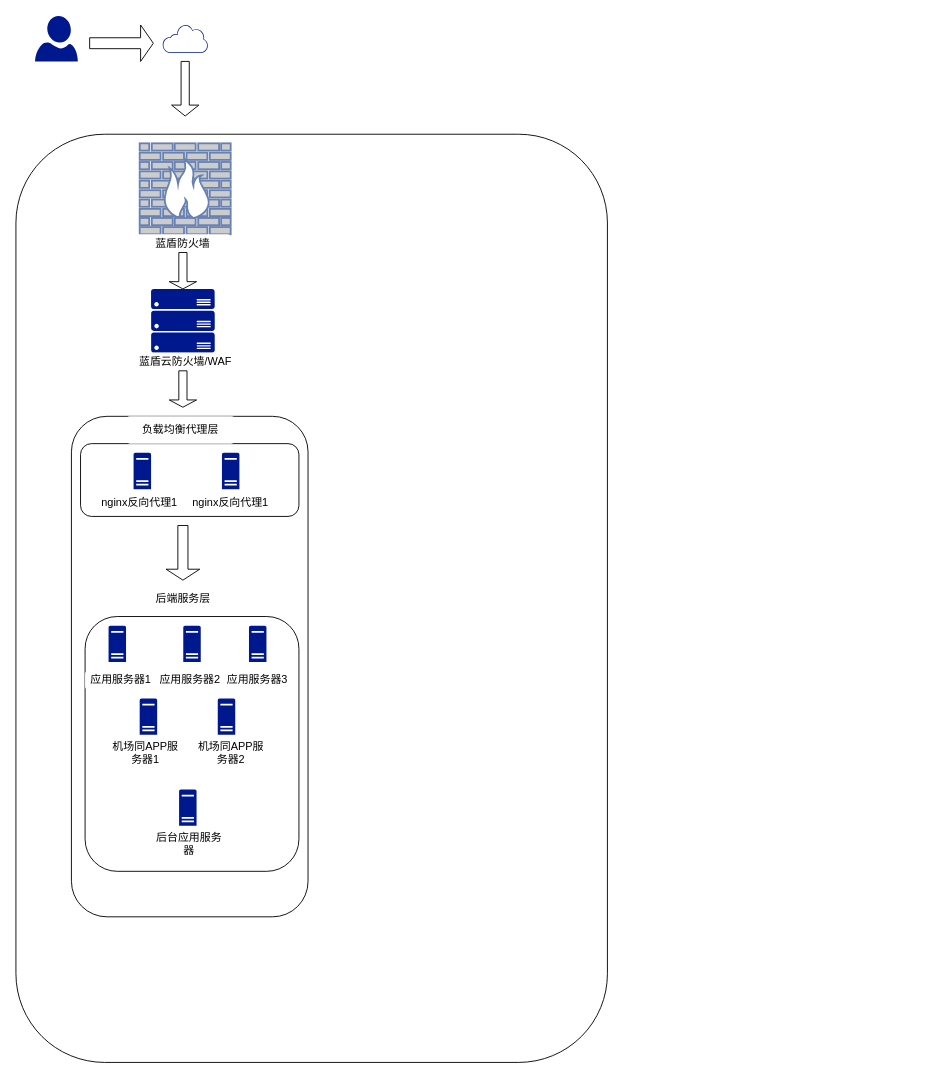
Before: page "Page-3" (3 of 3) of Untitled Diagram.drawio in lizhenjun0418/docker-file, a draw.io diagram. Source tidied: cells renumbered, new cells numbered last; positions are measured from the earlier drawing's top-left corner, leaving out a move shared by most shapes. Both pictures are drawn from the tidied source at 91%, with x=0, y=0 at pixel (15, 15).
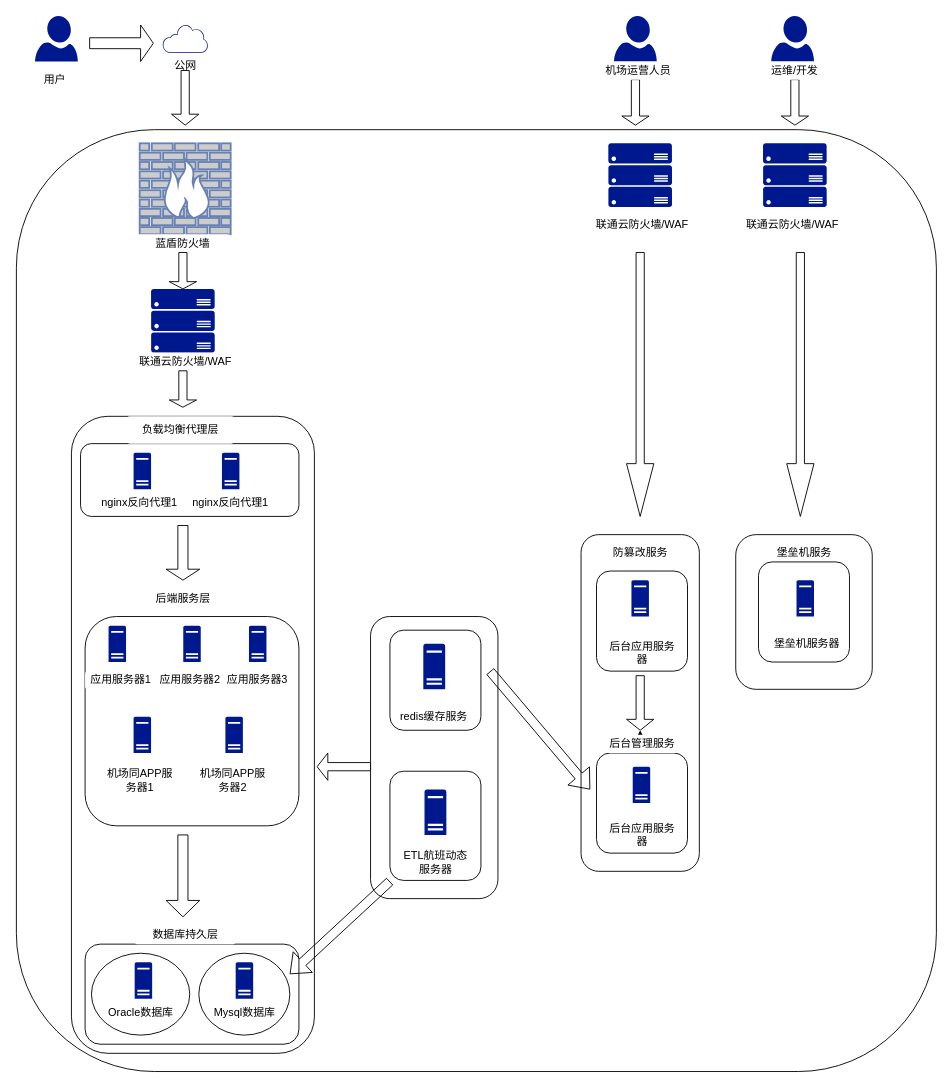
The same diagram, later.

What changed in the source:
```diff
@@
     <mxCell id="2" style="rounded=1;whiteSpace=wrap;html=1;strokeColor=default;" parent="1" vertex="1">
-      <mxGeometry y="130" width="650" height="1020" as="geometry" />
+      <mxGeometry x="0.5" y="125" width="1011" height="1035" as="geometry" />
     </mxCell>
@@
-    <mxCell id="4" style="sketch=0;shadow=0;dashed=0;html=1;strokeColor=none;labelPosition=center;verticalLabelPosition=bottom;verticalAlign=top;align=center;fillColor=#00188D;shape=mxgraph.mscae.enterprise.internet_hollow;" parent="1" vertex="1">
+    <mxCell id="4" value="公网" style="sketch=0;shadow=0;dashed=0;html=1;strokeColor=none;labelPosition=center;verticalLabelPosition=bottom;verticalAlign=top;align=center;fillColor=#00188D;shape=mxgraph.mscae.enterprise.internet_hollow;" parent="1" vertex="1">
       <mxGeometry x="161" y="9.5" width="50" height="31" as="geometry" />
     </mxCell>
@@
     <mxCell id="7" style="shape=singleArrow;direction=south;whiteSpace=wrap;html=1;strokeColor=default;" parent="1" vertex="1">
-      <mxGeometry x="171" y="50" width="30" height="60" as="geometry" />
+      <mxGeometry x="171" y="60" width="30" height="60" as="geometry" />
     </mxCell>
@@
-    <mxCell id="11" value="蓝盾云防火墙/WAF" style="rounded=1;whiteSpace=wrap;html=1;strokeColor=none;" parent="1" vertex="1">
+    <mxCell id="11" value="联通云防火墙/WAF" style="rounded=1;whiteSpace=wrap;html=1;strokeColor=none;" parent="1" vertex="1">
       <mxGeometry x="133.5" y="370" width="105" height="20" as="geometry" />
     </mxCell>
     <mxCell id="12" style="rounded=1;whiteSpace=wrap;html=1;strokeColor=default;" parent="1" vertex="1">
-      <mxGeometry x="61" y="440" width="260" height="550" as="geometry" />
+      <mxGeometry x="61" y="440" width="267" height="700" as="geometry" />
     </mxCell>
@@
     <mxCell id="21" style="rounded=1;whiteSpace=wrap;html=1;strokeColor=default;" parent="1" vertex="1">
-      <mxGeometry x="76" y="660" width="235" height="280" as="geometry" />
+      <mxGeometry x="76" y="660" width="235" height="230" as="geometry" />
     </mxCell>
@@
     <mxCell id="26" style="sketch=0;shadow=0;dashed=0;html=1;strokeColor=none;labelPosition=center;verticalLabelPosition=bottom;verticalAlign=top;align=center;fillColor=#00188D;shape=mxgraph.mscae.enterprise.server_generic;" parent="1" vertex="1">
-      <mxGeometry x="136" y="750" width="19.2" height="40" as="geometry" />
+      <mxGeometry x="129.3" y="770" width="19.2" height="40" as="geometry" />
     </mxCell>
     <mxCell id="27" style="sketch=0;shadow=0;dashed=0;html=1;strokeColor=none;labelPosition=center;verticalLabelPosition=bottom;verticalAlign=top;align=center;fillColor=#00188D;shape=mxgraph.mscae.enterprise.server_generic;" parent="1" vertex="1">
-      <mxGeometry x="221.8" y="750" width="19.2" height="40" as="geometry" />
+      <mxGeometry x="230.2" y="770" width="19.2" height="40" as="geometry" />
     </mxCell>
-    <mxCell id="28" style="sketch=0;shadow=0;dashed=0;html=1;strokeColor=none;labelPosition=center;verticalLabelPosition=bottom;verticalAlign=top;align=center;fillColor=#00188D;shape=mxgraph.mscae.enterprise.server_generic;" parent="1" vertex="1">
-      <mxGeometry x="179.3" y="850" width="19.2" height="40" as="geometry" />
-    </mxCell>
@@
     <mxCell id="32" value="机场同APP服务器1" style="rounded=1;whiteSpace=wrap;html=1;strokeColor=none;" parent="1" vertex="1">
-      <mxGeometry x="102.5" y="800" width="78.5" height="20" as="geometry" />
+      <mxGeometry x="96.8" y="830" width="78.5" height="20" as="geometry" />
     </mxCell>
     <mxCell id="33" value="机场同APP服务器2" style="rounded=1;whiteSpace=wrap;html=1;strokeColor=none;" parent="1" vertex="1">
-      <mxGeometry x="196.8" y="800" width="78.5" height="20" as="geometry" />
+      <mxGeometry x="198.5" y="830" width="78.5" height="20" as="geometry" />
     </mxCell>
-    <mxCell id="34" value="后台应用服务器" style="rounded=1;whiteSpace=wrap;html=1;strokeColor=none;" parent="1" vertex="1">
-      <mxGeometry x="151" y="900" width="78.5" height="20" as="geometry" />
-    </mxCell>
+    <mxCell id="35" style="shape=singleArrow;direction=south;whiteSpace=wrap;html=1;strokeColor=default;" parent="1" vertex="1">
+      <mxGeometry x="165" y="900" width="37" height="90" as="geometry" />
+    </mxCell>
+    <mxCell id="36" style="rounded=1;whiteSpace=wrap;html=1;strokeColor=default;" parent="1" vertex="1">
+      <mxGeometry x="76" y="1020" width="235" height="110" as="geometry" />
+    </mxCell>
+    <mxCell id="37" value="数据库持久层" style="rounded=1;whiteSpace=wrap;html=1;strokeColor=none;" parent="1" vertex="1">
+      <mxGeometry x="130.5" y="1000" width="111" height="20" as="geometry" />
+    </mxCell>
+    <mxCell id="38" style="sketch=0;shadow=0;dashed=0;html=1;strokeColor=none;labelPosition=center;verticalLabelPosition=bottom;verticalAlign=top;align=center;fillColor=#00188D;shape=mxgraph.azure.user;" parent="1" vertex="1">
+      <mxGeometry x="657.2" width="47" height="50" as="geometry" />
+    </mxCell>
+    <mxCell id="39" style="sketch=0;shadow=0;dashed=0;html=1;strokeColor=none;labelPosition=center;verticalLabelPosition=bottom;verticalAlign=top;align=center;fillColor=#00188D;shape=mxgraph.azure.user;" parent="1" vertex="1">
+      <mxGeometry x="830" width="47" height="50" as="geometry" />
+    </mxCell>
+    <mxCell id="40" style="shape=singleArrow;direction=south;whiteSpace=wrap;html=1;strokeColor=default;" parent="1" vertex="1">
+      <mxGeometry x="665.8" y="70" width="30" height="50" as="geometry" />
+    </mxCell>
+    <mxCell id="41" style="shape=singleArrow;direction=south;whiteSpace=wrap;html=1;strokeColor=default;" parent="1" vertex="1">
+      <mxGeometry x="841" y="70" width="30" height="50" as="geometry" />
+    </mxCell>
+    <mxCell id="42" style="sketch=0;shadow=0;dashed=0;html=1;strokeColor=none;labelPosition=center;verticalLabelPosition=bottom;verticalAlign=top;align=center;fillColor=#00188D;shape=mxgraph.azure.server_rack;" parent="1" vertex="1">
+      <mxGeometry x="651" y="140" width="70" height="70" as="geometry" />
+    </mxCell>
+    <mxCell id="43" style="sketch=0;shadow=0;dashed=0;html=1;strokeColor=none;labelPosition=center;verticalLabelPosition=bottom;verticalAlign=top;align=center;fillColor=#00188D;shape=mxgraph.azure.server_rack;" parent="1" vertex="1">
+      <mxGeometry x="821" y="140" width="70" height="70" as="geometry" />
+    </mxCell>
+    <mxCell id="44" value="联通云防火墙/WAF" style="rounded=1;whiteSpace=wrap;html=1;strokeColor=none;" parent="1" vertex="1">
+      <mxGeometry x="635.5" y="220" width="105" height="20" as="geometry" />
+    </mxCell>
+    <mxCell id="45" value="联通云防火墙/WAF" style="rounded=1;whiteSpace=wrap;html=1;strokeColor=none;" parent="1" vertex="1">
+      <mxGeometry x="801" y="220" width="105" height="20" as="geometry" />
+    </mxCell>
+    <mxCell id="46" style="rounded=1;whiteSpace=wrap;html=1;strokeColor=default;" parent="1" vertex="1">
+      <mxGeometry x="389.7" y="660" width="140" height="310" as="geometry" />
+    </mxCell>
+    <mxCell id="47" style="rounded=1;whiteSpace=wrap;html=1;strokeColor=default;" parent="1" vertex="1">
+      <mxGeometry x="411" y="830" width="100" height="120" as="geometry" />
+    </mxCell>
+    <mxCell id="48" style="sketch=0;shadow=0;dashed=0;html=1;strokeColor=none;labelPosition=center;verticalLabelPosition=bottom;verticalAlign=top;align=center;fillColor=#00188D;shape=mxgraph.mscae.enterprise.server_generic;" parent="1" vertex="1">
+      <mxGeometry x="449" y="850" width="24" height="50" as="geometry" />
+    </mxCell>
+    <mxCell id="49" value="ETL航班动态服务器" style="rounded=1;whiteSpace=wrap;html=1;strokeColor=none;" parent="1" vertex="1">
+      <mxGeometry x="419.7" y="920" width="82.6" height="20" as="geometry" />
+    </mxCell>
+    <mxCell id="50" style="rounded=1;whiteSpace=wrap;html=1;strokeColor=default;" parent="1" vertex="1">
+      <mxGeometry x="411" y="675" width="100" height="110" as="geometry" />
+    </mxCell>
+    <mxCell id="51" style="sketch=0;shadow=0;dashed=0;html=1;strokeColor=none;labelPosition=center;verticalLabelPosition=bottom;verticalAlign=top;align=center;fillColor=#00188D;shape=mxgraph.mscae.enterprise.server_generic;" parent="1" vertex="1">
+      <mxGeometry x="447.7" y="690" width="24" height="50" as="geometry" />
+    </mxCell>
+    <mxCell id="52" value="redis缓存服务" style="rounded=1;whiteSpace=wrap;html=1;strokeColor=none;" parent="1" vertex="1">
+      <mxGeometry x="418.4" y="760" width="82.6" height="20" as="geometry" />
+    </mxCell>
+    <mxCell id="53" style="shape=singleArrow;direction=west;whiteSpace=wrap;html=1;strokeColor=default;" parent="1" vertex="1">
+      <mxGeometry x="331" y="810" width="58.7" height="30" as="geometry" />
+    </mxCell>
+    <mxCell id="54" style="rounded=1;whiteSpace=wrap;html=1;strokeColor=default;" parent="1" vertex="1">
+      <mxGeometry x="621" y="570" width="130" height="370" as="geometry" />
+    </mxCell>
+    <mxCell id="55" style="edgeStyle=orthogonalEdgeStyle;rounded=0;jettySize=auto;html=1;" parent="1" edge="1" source="56" target="64">
+      <mxGeometry relative="1" as="geometry" />
+    </mxCell>
+    <mxCell id="56" style="rounded=1;whiteSpace=wrap;html=1;strokeColor=default;" parent="1" vertex="1">
+      <mxGeometry x="638" y="810" width="100" height="110" as="geometry" />
+    </mxCell>
+    <mxCell id="57" style="sketch=0;shadow=0;dashed=0;html=1;strokeColor=none;labelPosition=center;verticalLabelPosition=bottom;verticalAlign=top;align=center;fillColor=#00188D;shape=mxgraph.mscae.enterprise.server_generic;" parent="1" vertex="1">
+      <mxGeometry x="677.8" y="825" width="19.2" height="40" as="geometry" />
+    </mxCell>
+    <mxCell id="58" value="后台应用服务器" style="rounded=1;whiteSpace=wrap;html=1;strokeColor=none;" parent="1" vertex="1">
+      <mxGeometry x="648.8" y="890" width="78.5" height="20" as="geometry" />
+    </mxCell>
+    <mxCell id="59" style="edgeStyle=orthogonalEdgeStyle;rounded=0;orthogonalLoop=1;jettySize=auto;html=1;exitX=0.5;exitY=1;exitDx=0;exitDy=0;" parent="1" edge="1" source="21" target="21">
+      <mxGeometry relative="1" as="geometry" />
+    </mxCell>
+    <mxCell id="60" style="shape=singleArrow;direction=south;whiteSpace=wrap;html=1;strokeColor=default;" parent="1" vertex="1">
+      <mxGeometry x="671" y="260" width="30" height="290" as="geometry" />
+    </mxCell>
+    <mxCell id="61" style="rounded=1;whiteSpace=wrap;html=1;strokeColor=default;" parent="1" vertex="1">
+      <mxGeometry x="638" y="610" width="100" height="110" as="geometry" />
+    </mxCell>
+    <mxCell id="62" style="sketch=0;shadow=0;dashed=0;html=1;strokeColor=none;labelPosition=center;verticalLabelPosition=bottom;verticalAlign=top;align=center;fillColor=#00188D;shape=mxgraph.mscae.enterprise.server_generic;" parent="1" vertex="1">
+      <mxGeometry x="676.4" y="620" width="19.2" height="40" as="geometry" />
+    </mxCell>
+    <mxCell id="63" value="后台应用服务器" style="rounded=1;whiteSpace=wrap;html=1;strokeColor=none;" parent="1" vertex="1">
+      <mxGeometry x="648.8" y="690" width="78.5" height="20" as="geometry" />
+    </mxCell>
+    <mxCell id="64" style="shape=singleArrow;direction=south;whiteSpace=wrap;html=1;strokeColor=default;" parent="1" vertex="1">
+      <mxGeometry x="671" y="725" width="30" height="60" as="geometry" />
+    </mxCell>
+    <mxCell id="65" value="后台管理服务" style="rounded=1;whiteSpace=wrap;html=1;strokeColor=none;" parent="1" vertex="1">
+      <mxGeometry x="648.8" y="790" width="78.5" height="20" as="geometry" />
+    </mxCell>
+    <mxCell id="66" value="防篡改服务" style="rounded=1;whiteSpace=wrap;html=1;strokeColor=none;" parent="1" vertex="1">
+      <mxGeometry x="646.8" y="580" width="78.5" height="20" as="geometry" />
+    </mxCell>
+    <mxCell id="67" style="rounded=1;whiteSpace=wrap;html=1;strokeColor=default;" parent="1" vertex="1">
+      <mxGeometry x="791" y="570" width="150" height="170" as="geometry" />
+    </mxCell>
+    <mxCell id="68" style="shape=singleArrow;direction=south;whiteSpace=wrap;html=1;strokeColor=default;" parent="1" vertex="1">
+      <mxGeometry x="847" y="260" width="30" height="290" as="geometry" />
+    </mxCell>
+    <mxCell id="69" value="堡垒机服务" style="rounded=1;whiteSpace=wrap;html=1;strokeColor=none;" parent="1" vertex="1">
+      <mxGeometry x="826.8" y="580" width="78.5" height="20" as="geometry" />
+    </mxCell>
+    <mxCell id="70" style="rounded=1;whiteSpace=wrap;html=1;strokeColor=default;" parent="1" vertex="1">
+      <mxGeometry x="816" y="600" width="100" height="110" as="geometry" />
+    </mxCell>
+    <mxCell id="71" style="sketch=0;shadow=0;dashed=0;html=1;strokeColor=none;labelPosition=center;verticalLabelPosition=bottom;verticalAlign=top;align=center;fillColor=#00188D;shape=mxgraph.mscae.enterprise.server_generic;" parent="1" vertex="1">
+      <mxGeometry x="857.8" y="620" width="19.2" height="40" as="geometry" />
+    </mxCell>
+    <mxCell id="72" value="堡垒机服务器" style="rounded=1;whiteSpace=wrap;html=1;strokeColor=none;" parent="1" vertex="1">
+      <mxGeometry x="830" y="680" width="78.5" height="20" as="geometry" />
+    </mxCell>
+    <mxCell id="73" value="用户" style="rounded=1;whiteSpace=wrap;html=1;strokeColor=none;" parent="1" vertex="1">
+      <mxGeometry x="25" y="60" width="36" height="20" as="geometry" />
+    </mxCell>
+    <mxCell id="74" value="机场运营人员" style="rounded=1;whiteSpace=wrap;html=1;strokeColor=none;" parent="1" vertex="1">
+      <mxGeometry x="641.2" y="50" width="86" height="20" as="geometry" />
+    </mxCell>
+    <mxCell id="75" value="运维/开发" style="rounded=1;whiteSpace=wrap;html=1;strokeColor=none;" parent="1" vertex="1">
+      <mxGeometry x="813" y="50" width="86" height="20" as="geometry" />
+    </mxCell>
+    <mxCell id="76" style="shape=flexArrow;endArrow=classic;html=1;rounded=0;exitX=0.938;exitY=0.194;exitDx=0;exitDy=0;exitPerimeter=0;entryX=0.077;entryY=0.757;entryDx=0;entryDy=0;entryPerimeter=0;" parent="1" edge="1" source="46" target="54">
+      <mxGeometry relative="1" as="geometry" />
+    </mxCell>
+    <mxCell id="77" style="shape=flexArrow;endArrow=classic;html=1;rounded=0;entryX=0.957;entryY=0.3;entryDx=0;entryDy=0;entryPerimeter=0;" parent="1" edge="1" target="36">
+      <mxGeometry relative="1" as="geometry">
+        <mxPoint x="411" y="951" as="sourcePoint" />
+      </mxGeometry>
+    </mxCell>
+    <mxCell id="78" style="ellipse;whiteSpace=wrap;html=1;strokeColor=default;" parent="1" vertex="1">
+      <mxGeometry x="83" y="1030" width="108" height="90" as="geometry" />
+    </mxCell>
+    <mxCell id="79" style="ellipse;whiteSpace=wrap;html=1;strokeColor=default;" parent="1" vertex="1">
+      <mxGeometry x="201" y="1030" width="100" height="90" as="geometry" />
+    </mxCell>
+    <mxCell id="80" style="sketch=0;shadow=0;dashed=0;html=1;strokeColor=none;labelPosition=center;verticalLabelPosition=bottom;verticalAlign=top;align=center;fillColor=#00188D;shape=mxgraph.mscae.enterprise.server_generic;" parent="1" vertex="1">
+      <mxGeometry x="130.5" y="1040" width="19.2" height="40" as="geometry" />
+    </mxCell>
+    <mxCell id="81" value="Oracle数据库" style="rounded=1;whiteSpace=wrap;html=1;strokeColor=none;" parent="1" vertex="1">
+      <mxGeometry x="96.8" y="1085" width="80.5" height="20" as="geometry" />
+    </mxCell>
+    <mxCell id="82" style="sketch=0;shadow=0;dashed=0;html=1;strokeColor=none;labelPosition=center;verticalLabelPosition=bottom;verticalAlign=top;align=center;fillColor=#00188D;shape=mxgraph.mscae.enterprise.server_generic;" parent="1" vertex="1">
+      <mxGeometry x="241.5" y="1040" width="19.2" height="40" as="geometry" />
+    </mxCell>
+    <mxCell id="83" value="Mysql数据库" style="rounded=1;whiteSpace=wrap;html=1;strokeColor=none;" parent="1" vertex="1">
+      <mxGeometry x="213.6" y="1085" width="74.8" height="20" as="geometry" />
+    </mxCell>
```
